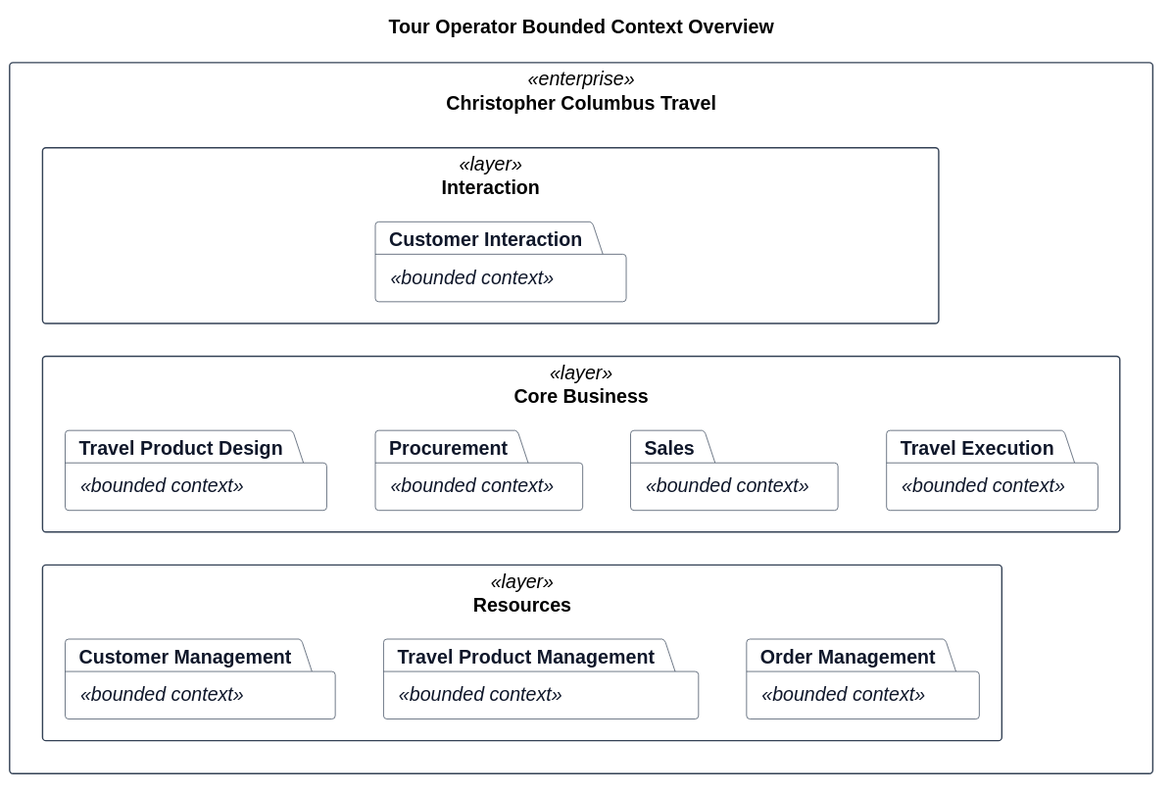
Earlier version of the PlantUML export docs/requirements/bounded-contexts/overview.svg (hochschule-darmstadt/a3se_app).
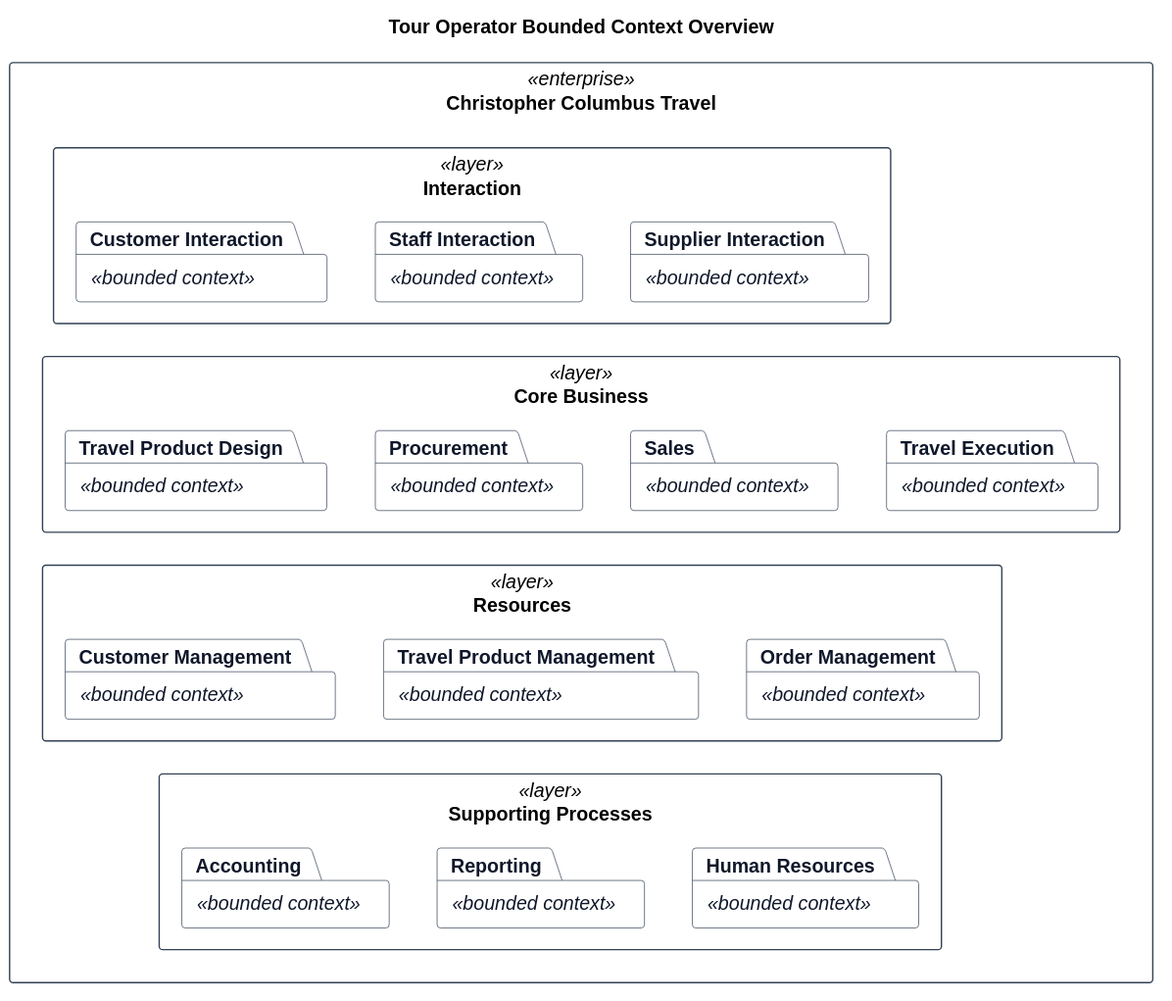
Later version of the same file.

Commit message:
Expand bounded context model

Change to the diagram source:
```diff
@@ -11,12 +11,12 @@
 }
 package "Christopher Columbus Travel" <<enterprise>> {
   package "Interaction" <<layer>> {
-    rectangle "<color:transparent>__________________________________________________________________________________________________</color>" as CustomerAccessLeft #transparent;line:transparent
     package "Customer Interaction" <<bounded context>>
-    rectangle "<color:transparent>________________________________________________________________________________________________</color>" as CustomerAccessRight #transparent;line:transparent
+    package "Staff Interaction" <<bounded context>>
+    package "Supplier Interaction" <<bounded context>>
 
-    CustomerAccessLeft -[hidden]right- "Customer Interaction"
-    "Customer Interaction" -[hidden]right- CustomerAccessRight
+    "Customer Interaction" -[hidden]right- "Staff Interaction"
+    "Staff Interaction" -[hidden]right- "Supplier Interaction"
   }
 
   package "Core Business" <<layer>> {
@@ -39,12 +39,25 @@
     "Travel Product Management" -[hidden]right- "Order Management"
   }
 
-  CustomerAccessLeft -[hidden]down- "Travel Product Design"
-  "Customer Interaction" -[hidden]down- "Procurement"
-  CustomerAccessRight -[hidden]down- "Travel Execution"
+  package "Supporting Processes" <<layer>> {
+    package "Accounting" <<bounded context>>
+    package "Reporting" <<bounded context>>
+    package "Human Resources" <<bounded context>>
+
+    "Accounting" -[hidden]right- "Reporting"
+    "Reporting" -[hidden]right- "Human Resources"
+  }
+
+  "Customer Interaction" -[hidden]down- "Travel Product Design"
+  "Staff Interaction" -[hidden]down- "Procurement"
+  "Supplier Interaction" -[hidden]down- "Travel Execution"
 
   "Travel Product Design" -[hidden]down- "Customer Management"
   "Procurement" -[hidden]down- "Travel Product Management"
   "Travel Execution" -[hidden]down- "Order Management"
+
+  "Customer Management" -[hidden]down- "Accounting"
+  "Travel Product Management" -[hidden]down- "Reporting"
+  "Order Management" -[hidden]down- "Human Resources"
 }
 @enduml
```
